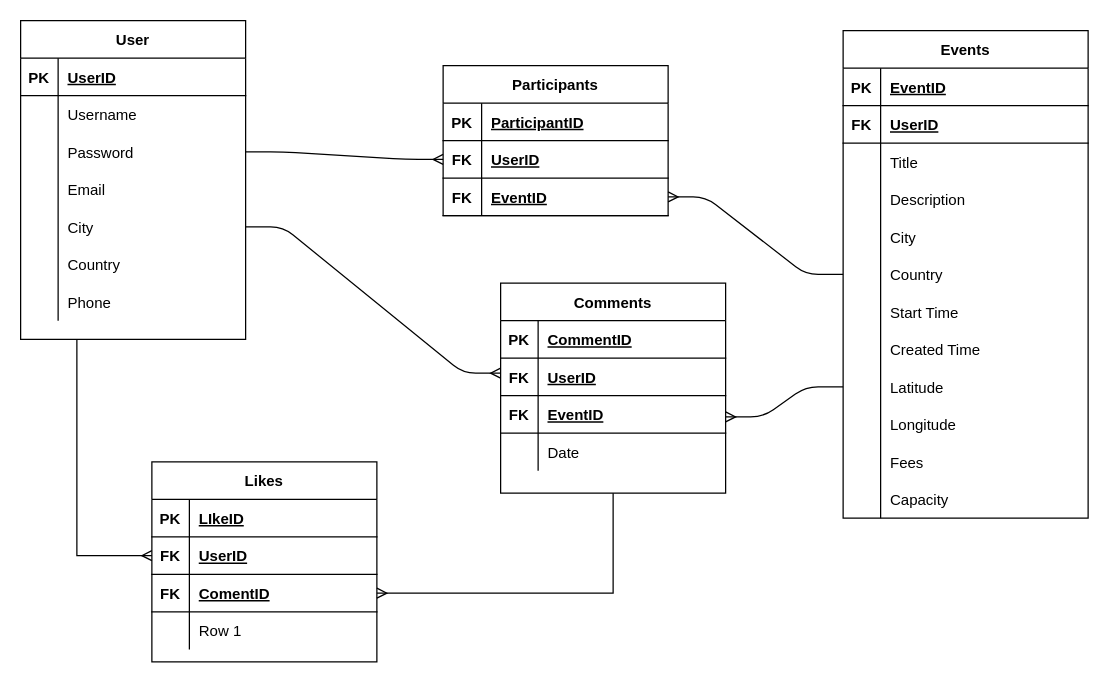
Earlier version of the draw.io diagram eventor.drawio (cruedo/Eventor). Source tidied: cells renumbered, new cells numbered last; positions are measured from the earlier drawing's top-left corner, leaving out a move shared by most shapes. Both pictures are drawn from the tidied source at 125%, with x=0, y=0 at pixel (20, 20).
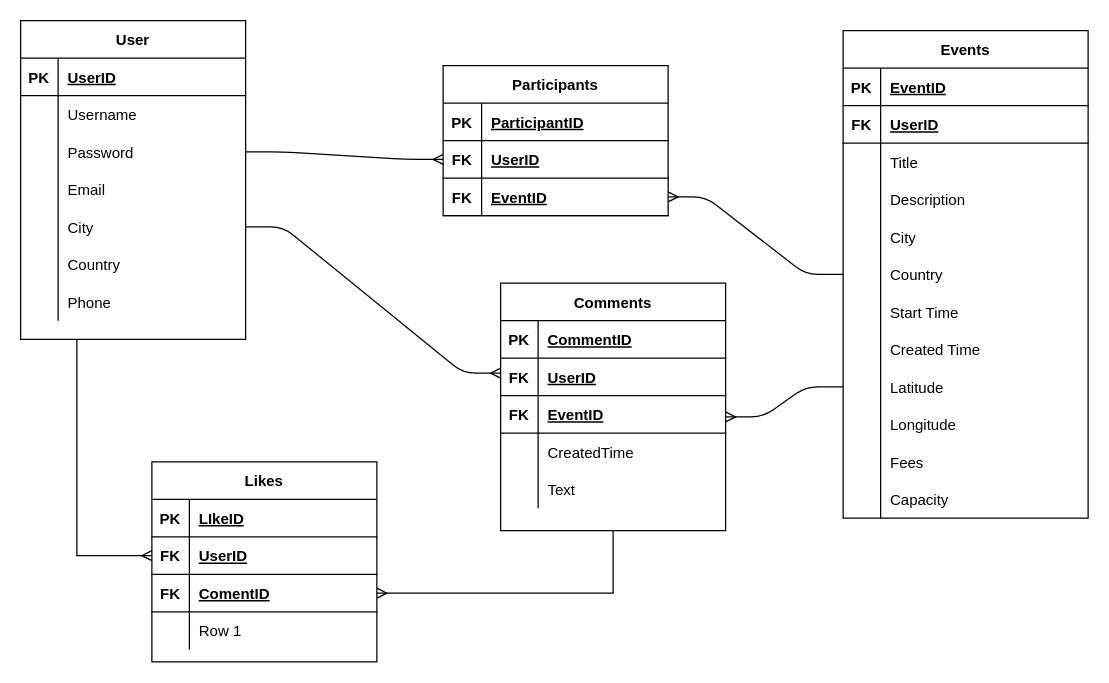
Above is the later version.

Unchanged cells that the change refers to:
```xml
<mxCell id="83" style="shape=partialRectangle;fillColor=none;top=0;left=0;bottom=0;right=0;" parent="73" vertex="1">
  <mxGeometry y="120" width="180" height="30" as="geometry" />
</mxCell>
```

The edit, as a diff of the source:
```diff
@@
     <mxCell id="73" value="Comments" style="shape=table;startSize=30;childLayout=tableLayout;rowLines=0;fontStyle=1;align=center;" parent="1" vertex="1">
-      <mxGeometry x="384" y="210" width="180" height="168" as="geometry" />
+      <mxGeometry x="384" y="210" width="180" height="198" as="geometry" />
     </mxCell>
@@
-    <mxCell id="85" value="Date" style="shape=partialRectangle;fillColor=none;top=0;left=0;bottom=0;right=0;align=left;spacingLeft=6;overflow=hidden;" parent="83" vertex="1">
+    <mxCell id="85" value="CreatedTime" style="shape=partialRectangle;fillColor=none;top=0;left=0;bottom=0;right=0;align=left;spacingLeft=6;overflow=hidden;" parent="83" vertex="1">
       <mxGeometry x="30" width="150" height="30" as="geometry" />
     </mxCell>
+    <mxCell id="103" style="shape=partialRectangle;fillColor=none;top=0;left=0;bottom=0;right=0;" parent="73" vertex="1">
+      <mxGeometry y="150" width="180" height="30" as="geometry" />
+    </mxCell>
+    <mxCell id="104" style="shape=partialRectangle;fillColor=none;top=0;left=0;bottom=0;right=0;overflow=hidden;" parent="103" vertex="1">
+      <mxGeometry width="30" height="30" as="geometry" />
+    </mxCell>
+    <mxCell id="105" value="Text" style="shape=partialRectangle;fillColor=none;top=0;left=0;bottom=0;right=0;align=left;spacingLeft=6;overflow=hidden;" parent="103" vertex="1">
+      <mxGeometry x="30" width="150" height="30" as="geometry" />
+    </mxCell>
```
